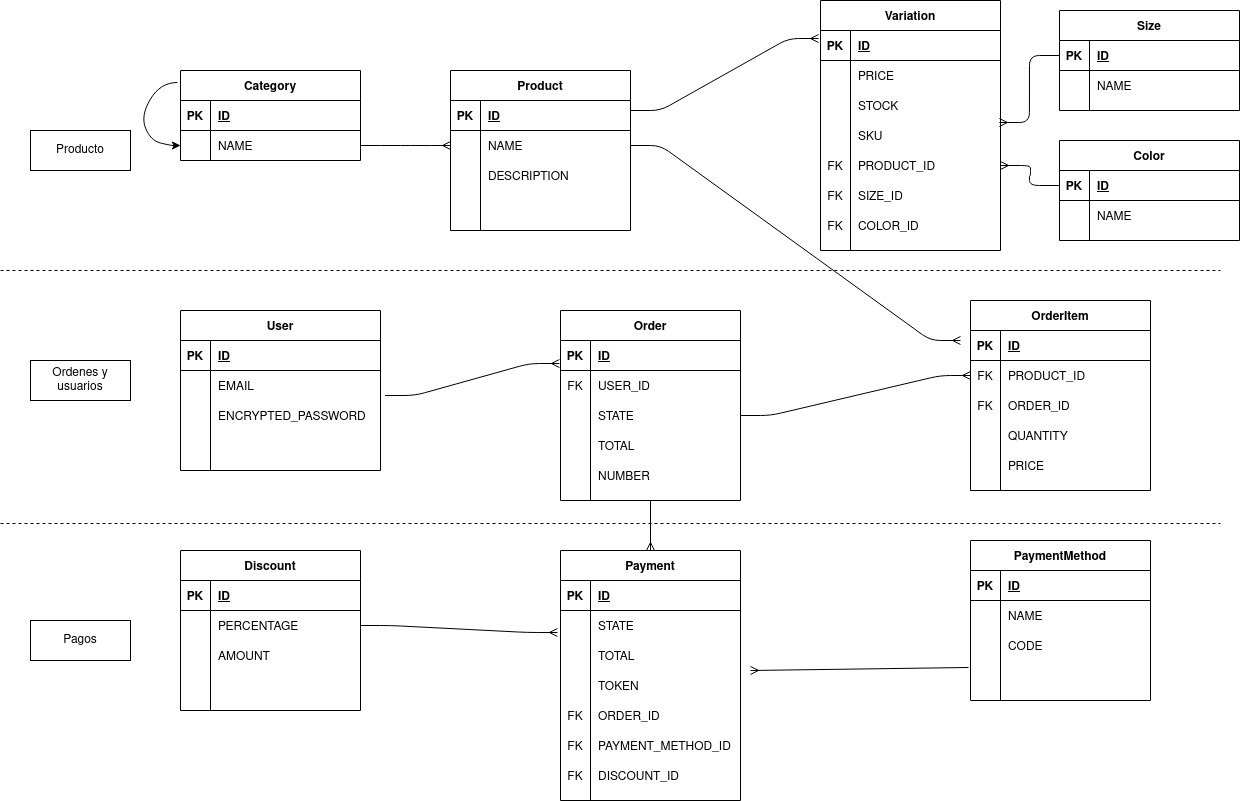
This is ecommerce.png from gilibethvega/e-comerce, a draw.io export, as it was before one commit. Source tidied: cells renumbered, new cells last; positions are measured from the earlier drawing's top-left corner, leaving out a move shared by most shapes.
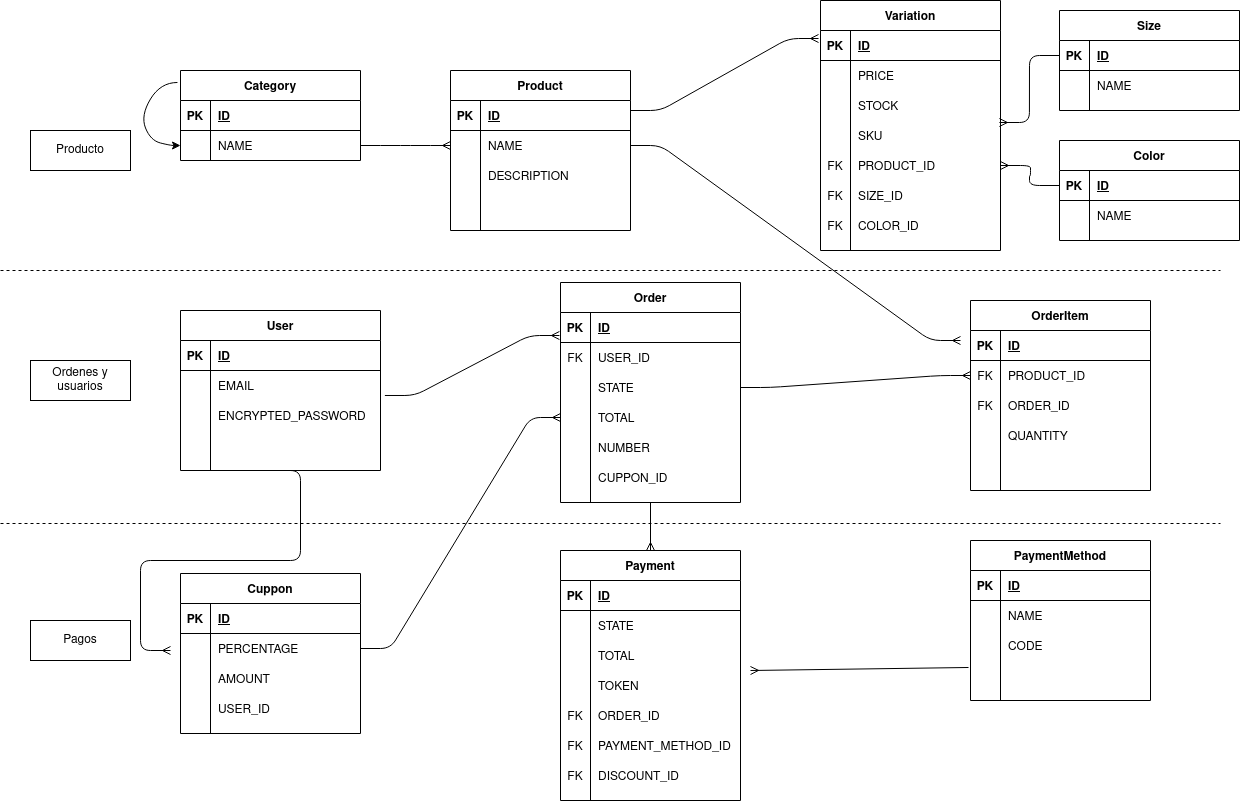
The same file after the commit.

Change to the diagram source:
```diff
@@ -189,11 +189,11 @@
     <mxCell id="60" style="shape=partialRectangle;fillColor=none;top=0;left=0;bottom=0;right=0;overflow=hidden;" parent="59" vertex="1">
       <mxGeometry width="30" height="30" as="geometry" />
     </mxCell>
-    <mxCell id="61" value="PRICE" style="shape=partialRectangle;fillColor=none;top=0;left=0;bottom=0;right=0;align=left;spacingLeft=6;overflow=hidden;" parent="59" vertex="1">
+    <mxCell id="61" style="shape=partialRectangle;fillColor=none;top=0;left=0;bottom=0;right=0;align=left;spacingLeft=6;overflow=hidden;" parent="59" vertex="1">
       <mxGeometry x="30" width="150" height="30" as="geometry" />
     </mxCell>
     <mxCell id="62" value="Order" style="shape=table;startSize=30;rowLines=0;fontStyle=1;align=center;" parent="1" vertex="1">
-      <mxGeometry x="560" y="310" width="180" height="190" as="geometry" />
+      <mxGeometry x="560" y="282" width="180" height="220" as="geometry" />
     </mxCell>
     <mxCell id="63" style="shape=partialRectangle;fillColor=none;top=0;left=0;bottom=1;right=0;points=[[0,0.5],[1,0.5]];portConstraint=eastwest;" parent="62" vertex="1">
       <mxGeometry y="30" width="180" height="30" as="geometry" />
@@ -240,6 +240,15 @@
     <mxCell id="77" value="NUMBER" style="shape=partialRectangle;fillColor=none;top=0;left=0;bottom=0;right=0;align=left;spacingLeft=6;overflow=hidden;" parent="75" vertex="1">
       <mxGeometry x="30" width="150" height="30" as="geometry" />
     </mxCell>
+    <mxCell id="167" style="shape=partialRectangle;fillColor=none;top=0;left=0;bottom=0;right=0;" parent="62" vertex="1">
+      <mxGeometry y="180" width="180" height="30" as="geometry" />
+    </mxCell>
+    <mxCell id="168" style="shape=partialRectangle;fillColor=none;top=0;left=0;bottom=0;right=0;overflow=hidden;" parent="167" vertex="1">
+      <mxGeometry width="30" height="30" as="geometry" />
+    </mxCell>
+    <mxCell id="169" value="CUPPON_ID" style="shape=partialRectangle;fillColor=none;top=0;left=0;bottom=0;right=0;align=left;spacingLeft=6;overflow=hidden;" parent="167" vertex="1">
+      <mxGeometry x="30" width="150" height="30" as="geometry" />
+    </mxCell>
     <mxCell id="78" value="User" style="shape=table;startSize=30;rowLines=0;fontStyle=1;align=center;" parent="1" vertex="1">
       <mxGeometry x="180" y="310" width="200" height="160" as="geometry" />
     </mxCell>
@@ -348,45 +357,6 @@
     <mxCell id="113" style="edgeStyle=entityRelationEdgeStyle;fontSize=12;html=1;endArrow=ERmany;exitX=1;exitY=0.5;exitDx=0;exitDy=0;entryX=0;entryY=0.5;entryDx=0;entryDy=0;" parent="1" edge="1" source="7" target="15">
       <mxGeometry relative="1" as="geometry" />
     </mxCell>
-    <mxCell id="114" value="Discount" style="shape=table;startSize=30;rowLines=0;fontStyle=1;align=center;" parent="1" vertex="1">
-      <mxGeometry x="180" y="550" width="180" height="160" as="geometry" />
-    </mxCell>
-    <mxCell id="115" style="shape=partialRectangle;fillColor=none;top=0;left=0;bottom=1;right=0;" parent="114" vertex="1">
-      <mxGeometry y="30" width="180" height="30" as="geometry" />
-    </mxCell>
-    <mxCell id="116" value="PK" style="shape=partialRectangle;fillColor=none;top=0;left=0;bottom=0;right=0;fontStyle=1;overflow=hidden;" parent="115" vertex="1">
-      <mxGeometry width="30" height="30" as="geometry" />
-    </mxCell>
-    <mxCell id="117" value="ID" style="shape=partialRectangle;fillColor=none;top=0;left=0;bottom=0;right=0;align=left;spacingLeft=6;fontStyle=5;overflow=hidden;" parent="115" vertex="1">
-      <mxGeometry x="30" width="150" height="30" as="geometry" />
-    </mxCell>
-    <mxCell id="118" style="shape=partialRectangle;fillColor=none;top=0;left=0;bottom=0;right=0;points=[[0,0.5],[1,0.5]];portConstraint=eastwest;" parent="114" vertex="1">
-      <mxGeometry y="60" width="180" height="30" as="geometry" />
-    </mxCell>
-    <mxCell id="119" style="shape=partialRectangle;fillColor=none;top=0;left=0;bottom=0;right=0;overflow=hidden;" parent="118" vertex="1">
-      <mxGeometry width="30" height="30" as="geometry" />
-    </mxCell>
-    <mxCell id="120" value="PERCENTAGE" style="shape=partialRectangle;fillColor=none;top=0;left=0;bottom=0;right=0;align=left;spacingLeft=6;overflow=hidden;" parent="118" vertex="1">
-      <mxGeometry x="30" width="150" height="30" as="geometry" />
-    </mxCell>
-    <mxCell id="121" style="shape=partialRectangle;fillColor=none;top=0;left=0;bottom=0;right=0;" parent="114" vertex="1">
-      <mxGeometry y="90" width="180" height="30" as="geometry" />
-    </mxCell>
-    <mxCell id="122" style="shape=partialRectangle;fillColor=none;top=0;left=0;bottom=0;right=0;overflow=hidden;" parent="121" vertex="1">
-      <mxGeometry width="30" height="30" as="geometry" />
-    </mxCell>
-    <mxCell id="123" value="AMOUNT" style="shape=partialRectangle;fillColor=none;top=0;left=0;bottom=0;right=0;align=left;spacingLeft=6;overflow=hidden;" parent="121" vertex="1">
-      <mxGeometry x="30" width="150" height="30" as="geometry" />
-    </mxCell>
-    <mxCell id="124" style="shape=partialRectangle;fillColor=none;top=0;left=0;bottom=0;right=0;" parent="114" vertex="1">
-      <mxGeometry y="120" width="180" height="30" as="geometry" />
-    </mxCell>
-    <mxCell id="125" style="shape=partialRectangle;fillColor=none;top=0;left=0;bottom=0;right=0;overflow=hidden;" parent="124" vertex="1">
-      <mxGeometry width="30" height="30" as="geometry" />
-    </mxCell>
-    <mxCell id="126" style="shape=partialRectangle;fillColor=none;top=0;left=0;bottom=0;right=0;align=left;spacingLeft=6;overflow=hidden;" parent="124" vertex="1">
-      <mxGeometry x="30" width="150" height="30" as="geometry" />
-    </mxCell>
     <mxCell id="127" value="PaymentMethod" style="shape=table;startSize=30;rowLines=0;fontStyle=1;align=center;" parent="1" vertex="1">
       <mxGeometry x="970" y="540" width="180" height="160" as="geometry" />
     </mxCell>
@@ -440,8 +410,11 @@
     <mxCell id="143" style="edgeStyle=entityRelationEdgeStyle;fontSize=12;html=1;endArrow=ERmany;exitX=1.022;exitY=0.833;exitDx=0;exitDy=0;exitPerimeter=0;entryX=-0.006;entryY=0.767;entryDx=0;entryDy=0;entryPerimeter=0;" parent="1" edge="1" source="82" target="63">
       <mxGeometry relative="1" as="geometry" />
     </mxCell>
-    <mxCell id="144" style="edgeStyle=entityRelationEdgeStyle;fontSize=12;html=1;endArrow=ERmany;entryX=-0.017;entryY=0.733;entryDx=0;entryDy=0;entryPerimeter=0;" parent="1" edge="1" source="118" target="95">
-      <mxGeometry relative="1" as="geometry" />
+    <mxCell id="144" style="edgeStyle=entityRelationEdgeStyle;fontSize=12;html=1;endArrow=ERmany;" parent="1" edge="1">
+      <mxGeometry relative="1" as="geometry">
+        <mxPoint x="270" y="470" as="sourcePoint" />
+        <mxPoint x="170" y="650" as="targetPoint" />
+      </mxGeometry>
     </mxCell>
     <mxCell id="145" style="fontSize=12;html=1;endArrow=ERmany;exitX=-0.011;exitY=0.233;exitDx=0;exitDy=0;exitPerimeter=0;" parent="1" edge="1" source="137">
       <mxGeometry relative="1" as="geometry">
@@ -514,5 +487,47 @@
     <mxCell id="166" style="edgeStyle=entityRelationEdgeStyle;fontSize=12;html=1;endArrow=ERmany;exitX=1;exitY=0.25;exitDx=0;exitDy=0;entryX=-0.011;entryY=0.267;entryDx=0;entryDy=0;entryPerimeter=0;" parent="1" edge="1" source="11" target="25">
       <mxGeometry relative="1" as="geometry" />
     </mxCell>
+    <mxCell id="170" value="Cuppon" style="shape=table;startSize=30;rowLines=0;fontStyle=1;align=center;" parent="1" vertex="1">
+      <mxGeometry x="180" y="573" width="180" height="160" as="geometry" />
+    </mxCell>
+    <mxCell id="115" style="shape=partialRectangle;fillColor=none;top=0;left=0;bottom=1;right=0;" parent="170" vertex="1">
+      <mxGeometry y="30" width="180" height="30" as="geometry" />
+    </mxCell>
+    <mxCell id="116" value="PK" style="shape=partialRectangle;fillColor=none;top=0;left=0;bottom=0;right=0;fontStyle=1;overflow=hidden;" parent="115" vertex="1">
+      <mxGeometry width="30" height="30" as="geometry" />
+    </mxCell>
+    <mxCell id="117" value="ID" style="shape=partialRectangle;fillColor=none;top=0;left=0;bottom=0;right=0;align=left;spacingLeft=6;fontStyle=5;overflow=hidden;" parent="115" vertex="1">
+      <mxGeometry x="30" width="150" height="30" as="geometry" />
+    </mxCell>
+    <mxCell id="118" style="shape=partialRectangle;fillColor=none;top=0;left=0;bottom=0;right=0;points=[[0,0.5],[1,0.5]];portConstraint=eastwest;" parent="170" vertex="1">
+      <mxGeometry y="60" width="180" height="30" as="geometry" />
+    </mxCell>
+    <mxCell id="171" style="shape=partialRectangle;fillColor=none;top=0;left=0;bottom=0;right=0;overflow=hidden;" parent="118" vertex="1">
+      <mxGeometry width="30" height="30" as="geometry" />
+    </mxCell>
+    <mxCell id="120" value="PERCENTAGE" style="shape=partialRectangle;fillColor=none;top=0;left=0;bottom=0;right=0;align=left;spacingLeft=6;overflow=hidden;" parent="118" vertex="1">
+      <mxGeometry x="30" width="150" height="30" as="geometry" />
+    </mxCell>
+    <mxCell id="121" style="shape=partialRectangle;fillColor=none;top=0;left=0;bottom=0;right=0;" parent="170" vertex="1">
+      <mxGeometry y="90" width="180" height="30" as="geometry" />
+    </mxCell>
+    <mxCell id="172" style="shape=partialRectangle;fillColor=none;top=0;left=0;bottom=0;right=0;overflow=hidden;" parent="121" vertex="1">
+      <mxGeometry width="30" height="30" as="geometry" />
+    </mxCell>
+    <mxCell id="123" value="AMOUNT" style="shape=partialRectangle;fillColor=none;top=0;left=0;bottom=0;right=0;align=left;spacingLeft=6;overflow=hidden;" parent="121" vertex="1">
+      <mxGeometry x="30" width="150" height="30" as="geometry" />
+    </mxCell>
+    <mxCell id="124" style="shape=partialRectangle;fillColor=none;top=0;left=0;bottom=0;right=0;" parent="170" vertex="1">
+      <mxGeometry y="120" width="180" height="30" as="geometry" />
+    </mxCell>
+    <mxCell id="173" style="shape=partialRectangle;fillColor=none;top=0;left=0;bottom=0;right=0;overflow=hidden;" parent="124" vertex="1">
+      <mxGeometry width="30" height="30" as="geometry" />
+    </mxCell>
+    <mxCell id="174" value="USER_ID" style="shape=partialRectangle;fillColor=none;top=0;left=0;bottom=0;right=0;align=left;spacingLeft=6;overflow=hidden;" parent="124" vertex="1">
+      <mxGeometry x="30" width="150" height="30" as="geometry" />
+    </mxCell>
+    <mxCell id="175" style="edgeStyle=entityRelationEdgeStyle;fontSize=12;html=1;endArrow=ERmany;exitX=1;exitY=0.5;exitDx=0;exitDy=0;entryX=0;entryY=0.5;entryDx=0;entryDy=0;" parent="1" edge="1" source="118" target="72">
+      <mxGeometry relative="1" as="geometry" />
+    </mxCell>
   </root>
 </mxGraphModel>
```
